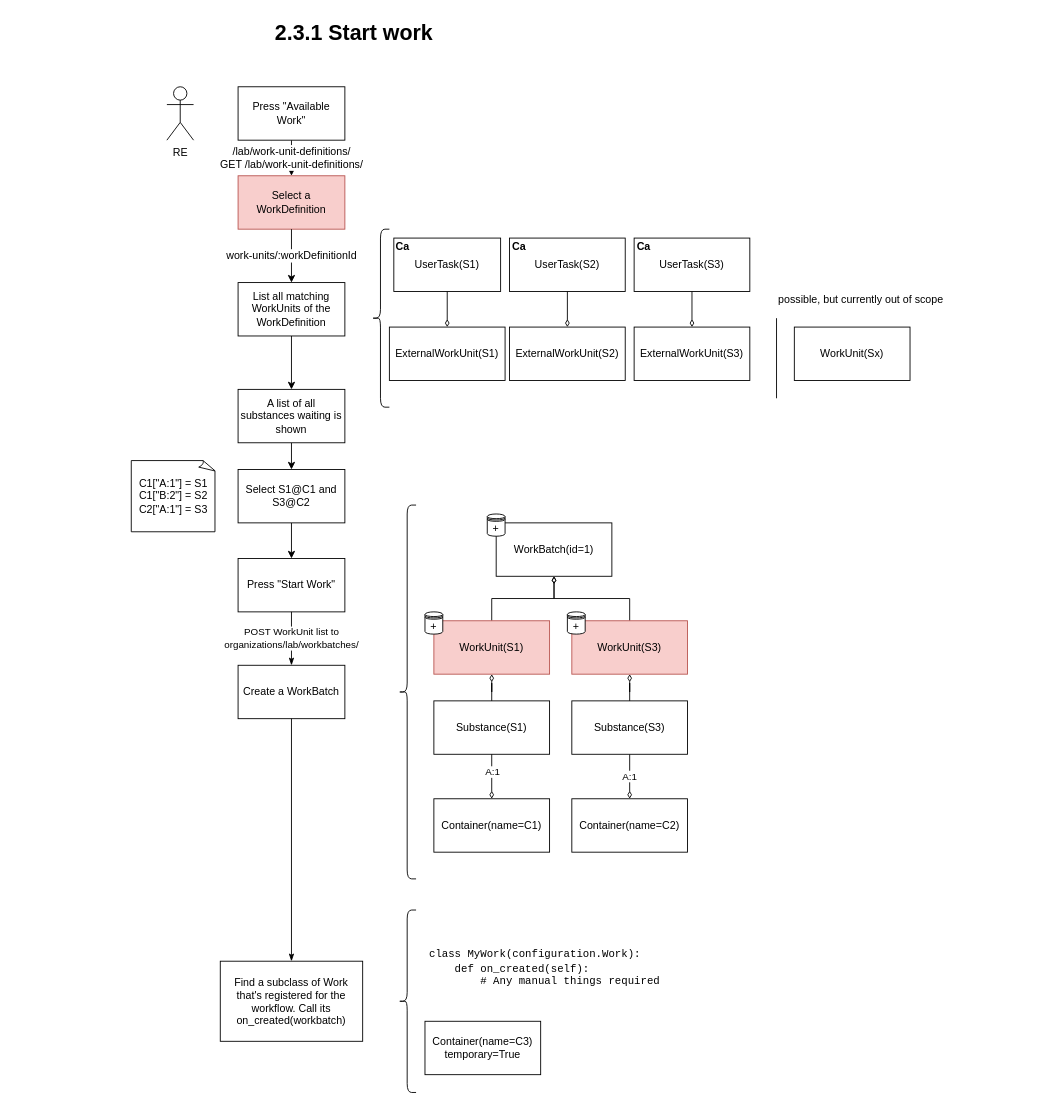
Earlier version of the draw.io diagram diagrams/2.3.1-start-work.drawio (commonlims/commonlims-design). Source tidied: cells renumbered, new cells numbered last; positions are measured from the earlier drawing's top-left corner, leaving out a move shared by most shapes. Both pictures are drawn from the tidied source at 89%, with x=0, y=0 at pixel (15, 15).
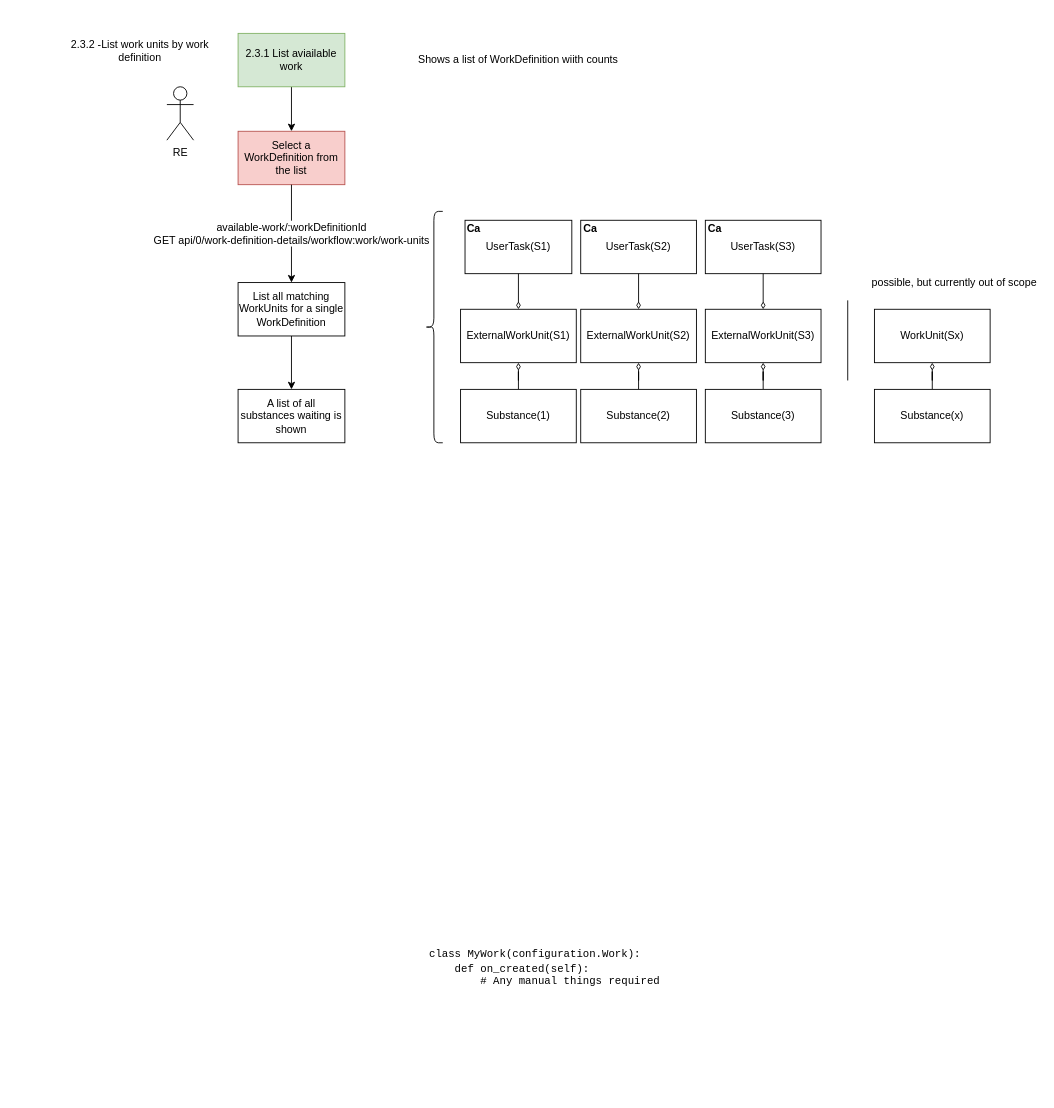
The same diagram, later.

Unchanged cells that the change refers to:
```xml
<mxCell id="8" value="A list of all substances waiting is shown" style="whiteSpace=wrap;html=1;rounded=0;" parent="1" vertex="1">
  <mxGeometry x="250" y="420" width="120" height="60" as="geometry" />
</mxCell>
```

Change to the diagram source:
```diff
@@
-    <mxCell id="3" value="/lab/work-unit-definitions/&lt;br&gt;GET /lab/work-unit-definitions/" style="edgeStyle=orthogonalEdgeStyle;rounded=0;jettySize=auto;html=1;endArrow=classic;endFill=1;fontSize=12;" parent="1" edge="1" source="4" target="6">
-      <mxGeometry relative="1" as="geometry" />
-    </mxCell>
-    <mxCell id="4" value="Press &quot;Available Work&quot;" style="rounded=0;whiteSpace=wrap;html=1;fontSize=12;" parent="1" vertex="1">
-      <mxGeometry x="250" y="80" width="120" height="60" as="geometry" />
-    </mxCell>
@@
-    <mxCell id="6" value="Select a WorkDefinition" style="whiteSpace=wrap;html=1;rounded=0;fillColor=#f8cecc;strokeColor=#b85450;" parent="1" vertex="1">
-      <mxGeometry x="250" y="180" width="120" height="60" as="geometry" />
+    <mxCell id="6" value="Select a WorkDefinition from the list" style="whiteSpace=wrap;html=1;rounded=0;fillColor=#f8cecc;strokeColor=#b85450;" parent="1" vertex="1">
+      <mxGeometry x="250" y="130" width="120" height="60" as="geometry" />
     </mxCell>
-    <mxCell id="7" style="edgeStyle=orthogonalEdgeStyle;rounded=0;jettySize=auto;html=1;endArrow=classic;endFill=1;fontSize=12;" parent="1" edge="1" source="8" target="10">
-      <mxGeometry relative="1" as="geometry">
-        <Array as="points">
-          <mxPoint x="310" y="510" />
-          <mxPoint x="310" y="510" />
-        </Array>
-      </mxGeometry>
-    </mxCell>
@@
-    <mxCell id="9" style="edgeStyle=orthogonalEdgeStyle;rounded=0;jettySize=auto;html=1;endArrow=classic;endFill=1;fontSize=12;" parent="1" edge="1" source="10" target="11">
-      <mxGeometry relative="1" as="geometry" />
-    </mxCell>
-    <mxCell id="10" value="Select S1@C1 and S3@C2" style="whiteSpace=wrap;html=1;rounded=0;" parent="1" vertex="1">
-      <mxGeometry x="250" y="510" width="120" height="60" as="geometry" />
-    </mxCell>
-    <mxCell id="11" value="Press &quot;Start Work&quot;" style="whiteSpace=wrap;html=1;rounded=0;" parent="1" vertex="1">
-      <mxGeometry x="250" y="610" width="120" height="60" as="geometry" />
-    </mxCell>
-    <mxCell id="12" style="shape=curlyBracket;whiteSpace=wrap;html=1;rounded=1;" parent="1" vertex="1">
-      <mxGeometry x="430" y="550" width="20" height="420" as="geometry" />
-    </mxCell>
-    <mxCell id="13" style="edgeStyle=orthogonalEdgeStyle;rounded=0;jettySize=auto;html=1;startArrow=diamondThin;startFill=0;endArrow=none;endFill=0;" parent="1" edge="1" source="15" target="26">
-      <mxGeometry relative="1" as="geometry" />
-    </mxCell>
-    <mxCell id="14" style="edgeStyle=orthogonalEdgeStyle;rounded=0;jettySize=auto;html=1;startArrow=diamondThin;startFill=0;endArrow=none;endFill=0;" parent="1" edge="1" source="15" target="28">
-      <mxGeometry relative="1" as="geometry" />
-    </mxCell>
-    <mxCell id="15" value="WorkBatch(id=1)" style="whiteSpace=wrap;html=1;rounded=0;" parent="1" vertex="1">
-      <mxGeometry x="540" y="570" width="130" height="60" as="geometry" />
-    </mxCell>
-    <mxCell id="16" value="+" style="shape=datastore;whiteSpace=wrap;html=1;fontSize=12;" parent="1" vertex="1">
-      <mxGeometry x="530" y="560" width="20" height="25" as="geometry" />
-    </mxCell>
-    <mxCell id="17" value="C1[&quot;A:1&quot;] = S1&lt;br&gt;C1[&quot;B:2&quot;] = S2&lt;br&gt;C2[&quot;A:1&quot;] = S3" style="whiteSpace=wrap;html=1;shape=mxgraph.basic.document;fontSize=12;" parent="1" vertex="1">
-      <mxGeometry x="130" y="500" width="95" height="80" as="geometry" />
-    </mxCell>
-    <mxCell id="18" value="Substance(S1)" style="rounded=0;whiteSpace=wrap;html=1;fontSize=12;" parent="1" vertex="1">
-      <mxGeometry x="470" y="770" width="130" height="60" as="geometry" />
-    </mxCell>
-    <mxCell id="19" style="edgeStyle=orthogonalEdgeStyle;rounded=0;jettySize=auto;html=1;startArrow=diamondThin;startFill=0;endArrow=none;endFill=0;fontSize=12;" parent="1" edge="1" source="21" target="18">
-      <mxGeometry relative="1" as="geometry" />
-    </mxCell>
-    <mxCell id="20" value="A:1" style="edgeLabel;html=1;align=center;verticalAlign=middle;" parent="19" vertex="1">
-      <mxGeometry x="0.22" y="-4" relative="1" as="geometry">
-        <mxPoint x="-4" as="offset" />
-      </mxGeometry>
-    </mxCell>
-    <mxCell id="21" value="Container(name=C1)" style="rounded=0;whiteSpace=wrap;html=1;fontSize=12;" parent="1" vertex="1">
-      <mxGeometry x="470" y="880" width="130" height="60" as="geometry" />
-    </mxCell>
-    <mxCell id="22" value="A:1" style="edgeStyle=orthogonalEdgeStyle;rounded=0;jettySize=auto;html=1;startArrow=diamondThin;startFill=0;endArrow=none;endFill=0;" parent="1" edge="1" source="23" target="24">
-      <mxGeometry relative="1" as="geometry" />
-    </mxCell>
-    <mxCell id="23" value="Container(name=C2)" style="rounded=0;whiteSpace=wrap;html=1;fontSize=12;" parent="1" vertex="1">
-      <mxGeometry x="625" y="880" width="130" height="60" as="geometry" />
-    </mxCell>
-    <mxCell id="24" value="Substance(S3)" style="rounded=0;whiteSpace=wrap;html=1;fontSize=12;" parent="1" vertex="1">
-      <mxGeometry x="625" y="770" width="130" height="60" as="geometry" />
-    </mxCell>
-    <mxCell id="25" style="edgeStyle=orthogonalEdgeStyle;rounded=0;jettySize=auto;html=1;startArrow=diamondThin;startFill=0;endArrow=none;endFill=0;" parent="1" edge="1" source="26" target="18">
-      <mxGeometry relative="1" as="geometry" />
-    </mxCell>
-    <mxCell id="26" value="WorkUnit(S1)" style="rounded=0;whiteSpace=wrap;html=1;fontSize=12;fillColor=#f8cecc;strokeColor=#b85450;" parent="1" vertex="1">
-      <mxGeometry x="470" y="680" width="130" height="60" as="geometry" />
-    </mxCell>
-    <mxCell id="27" style="edgeStyle=orthogonalEdgeStyle;rounded=0;jettySize=auto;html=1;startArrow=diamondThin;startFill=0;endArrow=none;endFill=0;" parent="1" edge="1" source="28" target="24">
-      <mxGeometry relative="1" as="geometry" />
-    </mxCell>
-    <mxCell id="28" value="WorkUnit(S3)" style="rounded=0;whiteSpace=wrap;html=1;fontSize=12;fillColor=#f8cecc;strokeColor=#b85450;" parent="1" vertex="1">
-      <mxGeometry x="625" y="680" width="130" height="60" as="geometry" />
-    </mxCell>
-    <mxCell id="29" value="+" style="shape=datastore;whiteSpace=wrap;html=1;fontSize=12;" parent="1" vertex="1">
-      <mxGeometry x="620" y="670" width="20" height="25" as="geometry" />
-    </mxCell>
-    <mxCell id="30" value="+" style="shape=datastore;whiteSpace=wrap;html=1;fontSize=12;" parent="1" vertex="1">
-      <mxGeometry x="460" y="670" width="20" height="25" as="geometry" />
-    </mxCell>
-    <mxCell id="31" value="POST WorkUnit list to&lt;br&gt;organizations/lab/workbatches/" style="edgeStyle=orthogonalEdgeStyle;rounded=0;orthogonalLoop=1;jettySize=auto;html=1;startArrow=classicThin;startFill=1;endArrow=none;endFill=0;" parent="1" edge="1">
-      <mxGeometry relative="1" as="geometry">
-        <mxPoint x="310" y="730" as="sourcePoint" />
-        <mxPoint x="310" y="670" as="targetPoint" />
-      </mxGeometry>
-    </mxCell>
-    <mxCell id="32" value="Create a WorkBatch" style="whiteSpace=wrap;html=1;rounded=0;" parent="1" vertex="1">
-      <mxGeometry x="250" y="730" width="120" height="60" as="geometry" />
-    </mxCell>
-    <mxCell id="33" style="edgeStyle=orthogonalEdgeStyle;rounded=0;jettySize=auto;html=1;startArrow=classicThin;startFill=1;endArrow=none;endFill=0;" parent="1" edge="1" source="34" target="32">
-      <mxGeometry relative="1" as="geometry" />
-    </mxCell>
-    <mxCell id="34" value="Find a subclass of Work that's registered for the workflow. Call its on_created(workbatch)" style="whiteSpace=wrap;html=1;rounded=0;" parent="1" vertex="1">
-      <mxGeometry x="230" y="1062.5" width="160" height="90" as="geometry" />
-    </mxCell>
-    <mxCell id="35" style="shape=curlyBracket;whiteSpace=wrap;html=1;rounded=1;" parent="1" vertex="1">
-      <mxGeometry x="430" y="1005" width="20" height="205" as="geometry" />
-    </mxCell>
-    <mxCell id="36" value="Container(name=C3)&lt;br&gt;temporary=True" style="rounded=0;whiteSpace=wrap;html=1;fontSize=12;" parent="1" vertex="1">
-      <mxGeometry x="460" y="1130" width="130" height="60" as="geometry" />
-    </mxCell>
@@
-    <mxCell id="38" value="2.3.1 Start work" style="text;strokeColor=none;fillColor=none;html=1;fontSize=24;fontStyle=1;verticalAlign=middle;align=center;" parent="1" vertex="1">
-      <mxGeometry width="760" height="40" as="geometry" />
-    </mxCell>
-    <mxCell id="39" value="List all matching WorkUnits of the WorkDefinition" style="whiteSpace=wrap;html=1;rounded=0;" parent="1" vertex="1">
+    <mxCell id="39" value="List all matching WorkUnits for a single WorkDefinition" style="whiteSpace=wrap;html=1;rounded=0;" parent="1" vertex="1">
       <mxGeometry x="250" y="300" width="120" height="60" as="geometry" />
     </mxCell>
-    <mxCell id="40" value="work-units/:workDefinitionId" style="edgeStyle=orthogonalEdgeStyle;rounded=0;jettySize=auto;html=1;endArrow=classic;endFill=1;fontSize=12;" parent="1" edge="1" source="6" target="39">
+    <mxCell id="40" value="available-work/:workDefinitionId&lt;br&gt;GET api/0/work-definition-details/workflow:work/work-units" style="edgeStyle=orthogonalEdgeStyle;rounded=0;jettySize=auto;html=1;endArrow=classic;endFill=1;fontSize=12;" parent="1" edge="1" source="6" target="39">
       <mxGeometry relative="1" as="geometry" />
     </mxCell>
     <mxCell id="41" style="shape=curlyBracket;whiteSpace=wrap;html=1;rounded=1;" parent="1" vertex="1">
-      <mxGeometry x="400" y="240" width="20" height="200" as="geometry" />
+      <mxGeometry x="460" y="220" width="20" height="260" as="geometry" />
     </mxCell>
     <mxCell id="42" style="group;" parent="1" vertex="1">
-      <mxGeometry x="425" y="250" width="120" height="60" as="geometry" />
+      <mxGeometry x="505" y="230" width="120" height="60" as="geometry" />
     </mxCell>
@@
     <mxCell id="47" style="group;" parent="1" vertex="1">
-      <mxGeometry x="555" y="250" width="130" height="60" as="geometry" />
+      <mxGeometry x="635" y="230" width="130" height="60" as="geometry" />
     </mxCell>
@@
     <mxCell id="52" style="group;" parent="1" vertex="1">
-      <mxGeometry x="695" y="250" width="130" height="60" as="geometry" />
+      <mxGeometry x="775" y="230" width="130" height="60" as="geometry" />
     </mxCell>
@@
+    <mxCell id="66" style="edgeStyle=orthogonalEdgeStyle;rounded=0;jettySize=auto;html=1;startArrow=diamondThin;startFill=0;endArrow=none;endFill=0;" parent="1" edge="1" source="58" target="74">
+      <mxGeometry relative="1" as="geometry" />
+    </mxCell>
     <mxCell id="58" value="ExternalWorkUnit(S1)" style="rounded=0;whiteSpace=wrap;html=1;fontSize=12;" parent="1" vertex="1">
-      <mxGeometry x="420" y="350" width="130" height="60" as="geometry" />
+      <mxGeometry x="500" y="330" width="130" height="60" as="geometry" />
     </mxCell>
@@
+    <mxCell id="67" style="edgeStyle=orthogonalEdgeStyle;rounded=0;jettySize=auto;html=1;startArrow=diamondThin;startFill=0;endArrow=none;endFill=0;" parent="1" edge="1" source="60" target="75">
+      <mxGeometry relative="1" as="geometry" />
+    </mxCell>
     <mxCell id="60" value="ExternalWorkUnit(S2)" style="rounded=0;whiteSpace=wrap;html=1;fontSize=12;" parent="1" vertex="1">
-      <mxGeometry x="555" y="350" width="130" height="60" as="geometry" />
+      <mxGeometry x="635" y="330" width="130" height="60" as="geometry" />
     </mxCell>
@@
+    <mxCell id="68" style="edgeStyle=orthogonalEdgeStyle;rounded=0;jettySize=auto;html=1;startArrow=diamondThin;startFill=0;endArrow=none;endFill=0;" parent="1" edge="1" source="62" target="76">
+      <mxGeometry relative="1" as="geometry" />
+    </mxCell>
     <mxCell id="62" value="ExternalWorkUnit(S3)" style="rounded=0;whiteSpace=wrap;html=1;fontSize=12;" parent="1" vertex="1">
-      <mxGeometry x="695" y="350" width="130" height="60" as="geometry" />
+      <mxGeometry x="775" y="330" width="130" height="60" as="geometry" />
     </mxCell>
+    <mxCell id="69" style="edgeStyle=orthogonalEdgeStyle;rounded=0;jettySize=auto;html=1;startArrow=diamondThin;startFill=0;endArrow=none;endFill=0;" parent="1" edge="1" source="63" target="77">
+      <mxGeometry relative="1" as="geometry" />
+    </mxCell>
     <mxCell id="63" value="WorkUnit(Sx)" style="rounded=0;whiteSpace=wrap;html=1;fontSize=12;" parent="1" vertex="1">
-      <mxGeometry x="875" y="350" width="130" height="60" as="geometry" />
+      <mxGeometry x="965" y="330" width="130" height="60" as="geometry" />
     </mxCell>
     <mxCell id="64" style="endArrow=none;html=1;" parent="1" edge="1">
       <mxGeometry relative="1" as="geometry">
-        <mxPoint x="855" y="430" as="sourcePoint" />
-        <mxPoint x="855" y="340" as="targetPoint" />
+        <mxPoint x="935" y="410" as="sourcePoint" />
+        <mxPoint x="935" y="320" as="targetPoint" />
       </mxGeometry>
     </mxCell>
     <mxCell id="65" value="possible, but currently out of scope" style="text;html=1;strokeColor=none;fillColor=none;align=center;verticalAlign=middle;whiteSpace=wrap;rounded=0;" parent="1" vertex="1">
-      <mxGeometry x="855" y="310" width="190" height="20" as="geometry" />
+      <mxGeometry x="960" y="290" width="190" height="20" as="geometry" />
     </mxCell>
+    <mxCell id="70" style="edgeStyle=orthogonalEdgeStyle;rounded=0;jettySize=auto;html=1;" parent="1" edge="1" source="71" target="6">
+      <mxGeometry relative="1" as="geometry" />
+    </mxCell>
+    <mxCell id="71" value="2.3.1 List aviailable work" style="rounded=0;whiteSpace=wrap;html=1;fillColor=#d5e8d4;strokeColor=#82b366;" parent="1" vertex="1">
+      <mxGeometry x="250" y="20" width="120" height="60" as="geometry" />
+    </mxCell>
+    <mxCell id="72" value="2.3.2 -List work units by work definition" style="text;html=1;strokeColor=none;fillColor=none;align=center;verticalAlign=middle;whiteSpace=wrap;rounded=0;" parent="1" vertex="1">
+      <mxGeometry x="50" y="30" width="180" height="20" as="geometry" />
+    </mxCell>
+    <mxCell id="73" value="Shows a list of WorkDefinition wiith counts" style="text;html=1;strokeColor=none;fillColor=none;align=center;verticalAlign=middle;whiteSpace=wrap;rounded=0;" parent="1" vertex="1">
+      <mxGeometry x="450" y="40" width="230" height="20" as="geometry" />
+    </mxCell>
+    <mxCell id="74" value="Substance(1)" style="rounded=0;whiteSpace=wrap;html=1;fontSize=12;" parent="1" vertex="1">
+      <mxGeometry x="500" y="420" width="130" height="60" as="geometry" />
+    </mxCell>
+    <mxCell id="75" value="Substance(2)" style="rounded=0;whiteSpace=wrap;html=1;fontSize=12;" parent="1" vertex="1">
+      <mxGeometry x="635" y="420" width="130" height="60" as="geometry" />
+    </mxCell>
+    <mxCell id="76" value="Substance(3)" style="rounded=0;whiteSpace=wrap;html=1;fontSize=12;" parent="1" vertex="1">
+      <mxGeometry x="775" y="420" width="130" height="60" as="geometry" />
+    </mxCell>
+    <mxCell id="77" value="Substance(x)" style="rounded=0;whiteSpace=wrap;html=1;fontSize=12;" parent="1" vertex="1">
+      <mxGeometry x="965" y="420" width="130" height="60" as="geometry" />
+    </mxCell>
```
